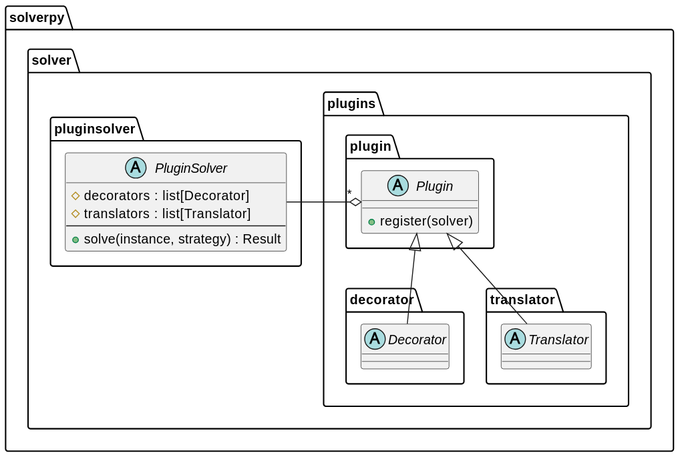
Earlier version of the PlantUML export dia/solver-plugins.svg (cbboyan/solverpy).
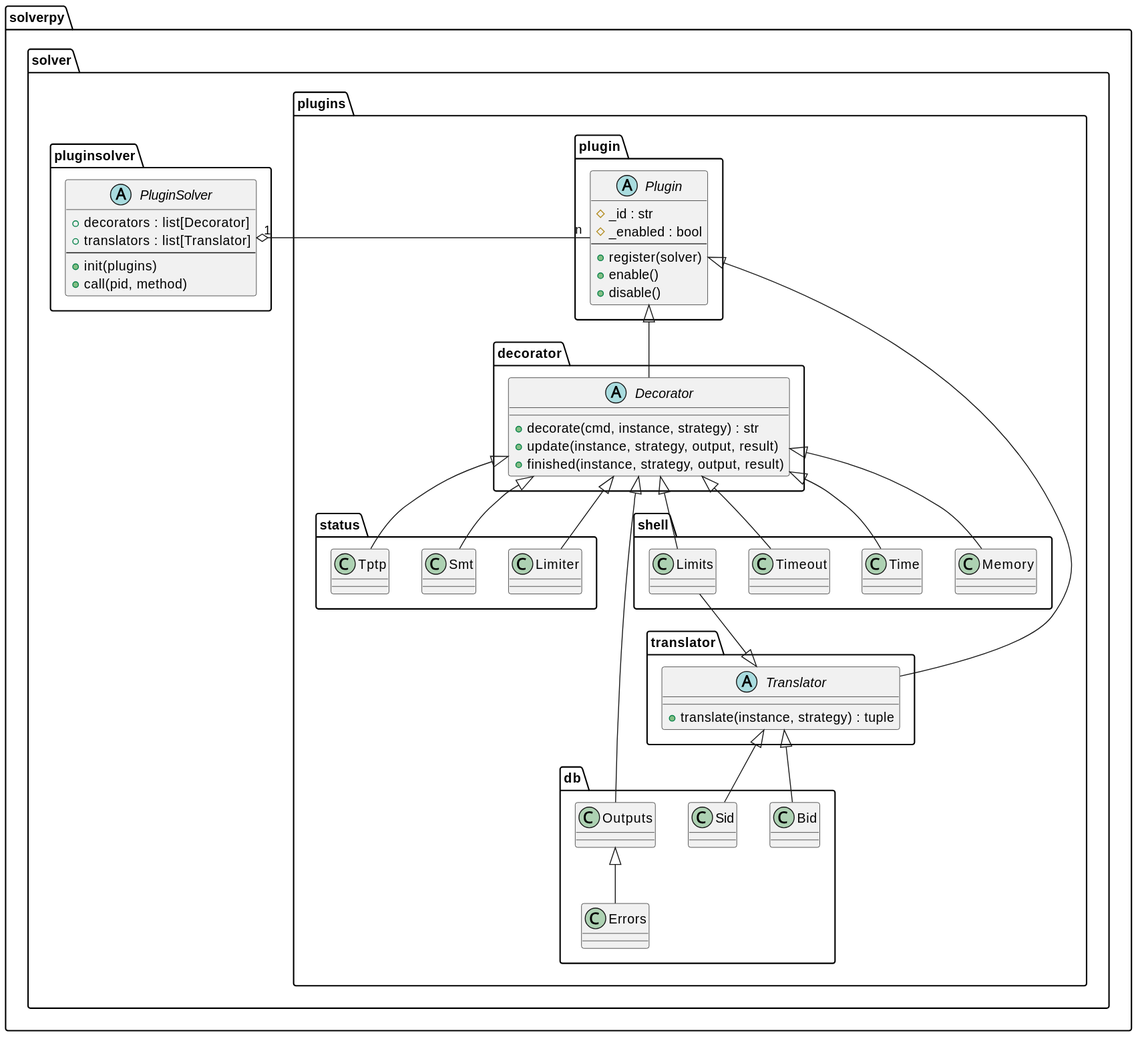
Above is the later version.

The edit, as a diff of the source:
```diff
@@ -1,21 +1,47 @@
 @startuml
 skinparam backgroundColor transparent
 
-
 abstract class solverpy.solver.pluginsolver.PluginSolver {
-   # decorators : list[Decorator]
-   # translators : list[Translator]
+   + decorators : list[Decorator]
+   + translators : list[Translator]
    --
-   + solve(instance, strategy) : Result
+   + init(plugins)
+   + call(pid, method)
 }
 
 abstract class solverpy.solver.plugins.plugin.Plugin {
+   # _id : str
+   # _enabled : bool
+   --
    + register(solver)
+   + enable()
+   + disable()
 }
 
-abstract class solverpy.solver.plugins.decorator.Decorator extends solverpy.solver.plugins.plugin.Plugin
+abstract class solverpy.solver.plugins.decorator.Decorator extends solverpy.solver.plugins.plugin.Plugin {
+   + decorate(cmd, instance, strategy) : str
+   + update(instance, strategy, output, result)
+   + finished(instance, strategy, output, result)
+}
 
-abstract class solverpy.solver.plugins.translator.Translator extends solverpy.solver.plugins.plugin.Plugin
+abstract class solverpy.solver.plugins.translator.Translator extends solverpy.solver.plugins.plugin.Plugin {
+   + translate(instance, strategy) : tuple
+}
 
-solverpy.solver.plugins.plugin.Plugin "*" o-r- solverpy.solver.pluginsolver.PluginSolver
+solverpy.solver.pluginsolver.PluginSolver "1" o-right "n" solverpy.solver.plugins.plugin.Plugin
+
+class solverpy.solver.plugins.shell.Limits extends solverpy.solver.plugins.decorator.Decorator
+solverpy.solver.plugins.shell.Limits --|> solverpy.solver.plugins.translator.Translator
+class solverpy.solver.plugins.shell.Timeout extends solverpy.solver.plugins.decorator.Decorator
+class solverpy.solver.plugins.shell.Time extends solverpy.solver.plugins.decorator.Decorator
+class solverpy.solver.plugins.shell.Memory extends solverpy.solver.plugins.decorator.Decorator
+
+class solverpy.solver.plugins.status.Tptp extends solverpy.solver.plugins.decorator.Decorator
+class solverpy.solver.plugins.status.Smt extends solverpy.solver.plugins.decorator.Decorator
+class solverpy.solver.plugins.status.Limiter extends solverpy.solver.plugins.decorator.Decorator
+
+class solverpy.solver.plugins.db.Bid extends solverpy.solver.plugins.translator.Translator
+class solverpy.solver.plugins.db.Sid extends solverpy.solver.plugins.translator.Translator
+class solverpy.solver.plugins.db.Outputs extends solverpy.solver.plugins.decorator.Decorator
+class solverpy.solver.plugins.db.Errors extends solverpy.solver.plugins.db.Outputs
 @enduml
```
